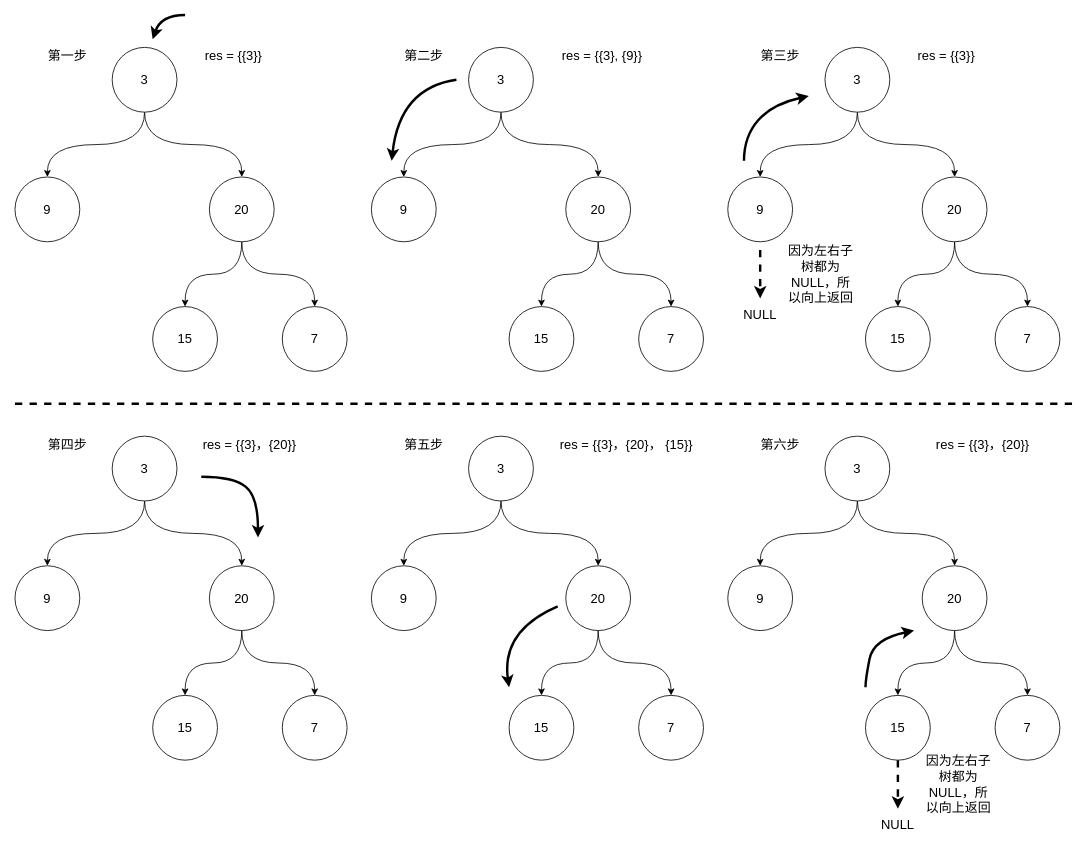
The draw.io diagram leetcode102题目讲解.drawio in codelyc/Hello-World, before the edit. Source tidied: cells renumbered, new cells numbered last; positions are measured from the earlier drawing's top-left corner, leaving out a move shared by most shapes. Both pictures are drawn from the tidied source at 81%, with x=0, y=0 at pixel (15, 15).
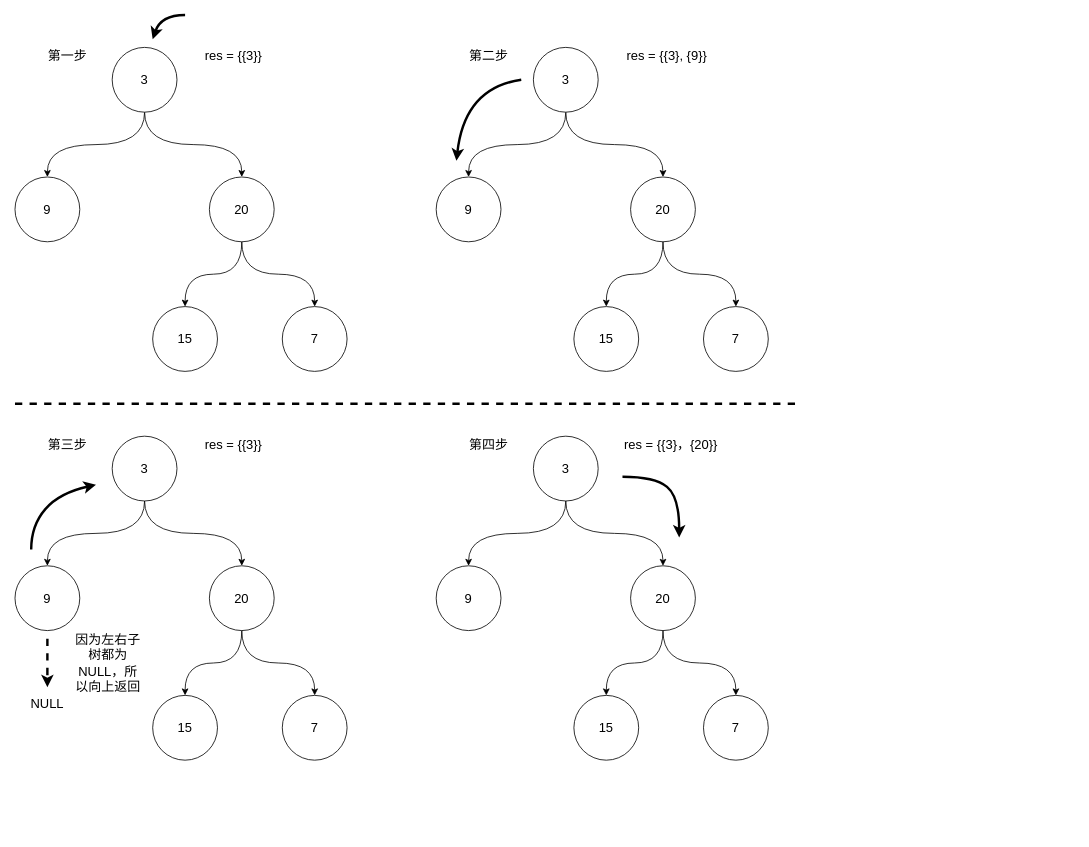
The same diagram, later.

Commit message:
更新leetcode102题目讲解.drawio

What changed in the source:
```diff
@@
     <mxCell id="16" value="&lt;font style=&quot;font-size: 16px&quot;&gt;3&lt;/font&gt;" style="ellipse;whiteSpace=wrap;html=1;" parent="1" vertex="1">
-      <mxGeometry x="560" y="40" width="80" height="80" as="geometry" />
+      <mxGeometry x="640" y="40" width="80" height="80" as="geometry" />
     </mxCell>
     <mxCell id="17" value="&lt;font style=&quot;font-size: 16px&quot;&gt;9&lt;/font&gt;" style="ellipse;whiteSpace=wrap;html=1;" parent="1" vertex="1">
-      <mxGeometry x="440" y="200" width="80" height="80" as="geometry" />
+      <mxGeometry x="520" y="200" width="80" height="80" as="geometry" />
     </mxCell>
@@
     <mxCell id="20" value="&lt;font style=&quot;font-size: 16px&quot;&gt;20&lt;/font&gt;" style="ellipse;whiteSpace=wrap;html=1;" parent="1" vertex="1">
-      <mxGeometry x="680" y="200" width="80" height="80" as="geometry" />
+      <mxGeometry x="760" y="200" width="80" height="80" as="geometry" />
     </mxCell>
     <mxCell id="21" value="&lt;font style=&quot;font-size: 16px&quot;&gt;15&lt;/font&gt;" style="ellipse;whiteSpace=wrap;html=1;" parent="1" vertex="1">
-      <mxGeometry x="610" y="360" width="80" height="80" as="geometry" />
+      <mxGeometry x="690" y="360" width="80" height="80" as="geometry" />
     </mxCell>
     <mxCell id="22" value="&lt;font style=&quot;font-size: 16px&quot;&gt;7&lt;/font&gt;" style="ellipse;whiteSpace=wrap;html=1;" parent="1" vertex="1">
-      <mxGeometry x="770" y="360" width="80" height="80" as="geometry" />
+      <mxGeometry x="850" y="360" width="80" height="80" as="geometry" />
     </mxCell>
     <mxCell id="23" value="&lt;font style=&quot;font-size: 16px&quot;&gt;第二步&lt;/font&gt;" style="text;html=1;strokeColor=none;fillColor=none;align=center;verticalAlign=middle;whiteSpace=wrap;rounded=0;" parent="1" vertex="1">
-      <mxGeometry x="480" y="40" width="50" height="20" as="geometry" />
+      <mxGeometry x="560" y="40" width="50" height="20" as="geometry" />
     </mxCell>
     <mxCell id="24" style="curved=1;endArrow=classic;html=1;strokeWidth=3;" parent="1" edge="1">
       <mxGeometry relative="1" as="geometry">
-        <mxPoint x="545" y="80" as="sourcePoint" />
-        <mxPoint x="465" y="180" as="targetPoint" />
+        <mxPoint x="625" y="80" as="sourcePoint" />
+        <mxPoint x="545" y="180" as="targetPoint" />
         <Array as="points">
-          <mxPoint x="475" y="90" />
+          <mxPoint x="555" y="90" />
         </Array>
       </mxGeometry>
     </mxCell>
     <mxCell id="25" value="&lt;font style=&quot;font-size: 16px&quot;&gt;res = {{3}, {9}}&lt;/font&gt;" style="text;html=1;strokeColor=none;fillColor=none;align=center;verticalAlign=middle;whiteSpace=wrap;rounded=0;" parent="1" vertex="1">
-      <mxGeometry x="670" y="40" width="110" height="20" as="geometry" />
+      <mxGeometry x="750" y="40" width="110" height="20" as="geometry" />
     </mxCell>
     <mxCell id="26" style="endArrow=none;dashed=1;html=1;strokeWidth=3;" parent="1" edge="1">
       <mxGeometry relative="1" as="geometry">
         <mxPoint y="480" as="sourcePoint" />
-        <mxPoint x="1306.7" y="480" as="targetPoint" />
+        <mxPoint x="970" y="480" as="targetPoint" />
       </mxGeometry>
     </mxCell>
@@
     <mxCell id="29" value="&lt;font style=&quot;font-size: 16px&quot;&gt;3&lt;/font&gt;" style="ellipse;whiteSpace=wrap;html=1;" parent="1" vertex="1">
-      <mxGeometry x="120" y="520" width="80" height="80" as="geometry" />
+      <mxGeometry x="640" y="520" width="80" height="80" as="geometry" />
     </mxCell>
     <mxCell id="30" value="&lt;font style=&quot;font-size: 16px&quot;&gt;9&lt;/font&gt;" style="ellipse;whiteSpace=wrap;html=1;" parent="1" vertex="1">
-      <mxGeometry y="680" width="80" height="80" as="geometry" />
+      <mxGeometry x="520" y="680" width="80" height="80" as="geometry" />
     </mxCell>
@@
     <mxCell id="33" value="&lt;font style=&quot;font-size: 16px&quot;&gt;20&lt;/font&gt;" style="ellipse;whiteSpace=wrap;html=1;" parent="1" vertex="1">
-      <mxGeometry x="240" y="680" width="80" height="80" as="geometry" />
+      <mxGeometry x="760" y="680" width="80" height="80" as="geometry" />
     </mxCell>
     <mxCell id="34" value="&lt;font style=&quot;font-size: 16px&quot;&gt;15&lt;/font&gt;" style="ellipse;whiteSpace=wrap;html=1;" parent="1" vertex="1">
-      <mxGeometry x="170" y="840" width="80" height="80" as="geometry" />
+      <mxGeometry x="690" y="840" width="80" height="80" as="geometry" />
     </mxCell>
     <mxCell id="35" value="&lt;font style=&quot;font-size: 16px&quot;&gt;7&lt;/font&gt;" style="ellipse;whiteSpace=wrap;html=1;" parent="1" vertex="1">
-      <mxGeometry x="330" y="840" width="80" height="80" as="geometry" />
+      <mxGeometry x="850" y="840" width="80" height="80" as="geometry" />
     </mxCell>
     <mxCell id="36" value="&lt;font style=&quot;font-size: 16px&quot;&gt;第四步&lt;/font&gt;" style="text;html=1;strokeColor=none;fillColor=none;align=center;verticalAlign=middle;whiteSpace=wrap;rounded=0;" parent="1" vertex="1">
-      <mxGeometry x="40" y="520" width="50" height="20" as="geometry" />
+      <mxGeometry x="560" y="520" width="50" height="20" as="geometry" />
     </mxCell>
     <mxCell id="37" style="curved=1;endArrow=classic;html=1;strokeWidth=3;" parent="1" edge="1">
       <mxGeometry relative="1" as="geometry">
-        <mxPoint x="230" y="570" as="sourcePoint" />
-        <mxPoint x="300" y="645" as="targetPoint" />
+        <mxPoint x="750" y="570" as="sourcePoint" />
+        <mxPoint x="820" y="645" as="targetPoint" />
         <Array as="points">
-          <mxPoint x="270" y="570" />
-          <mxPoint x="300" y="595" />
+          <mxPoint x="790" y="570" />
+          <mxPoint x="820" y="595" />
         </Array>
       </mxGeometry>
     </mxCell>
     <mxCell id="38" value="&lt;font style=&quot;font-size: 16px&quot;&gt;res = {{3}，{20}}&lt;/font&gt;" style="text;html=1;strokeColor=none;fillColor=none;align=center;verticalAlign=middle;whiteSpace=wrap;rounded=0;" parent="1" vertex="1">
-      <mxGeometry x="230" y="520" width="120" height="20" as="geometry" />
+      <mxGeometry x="750" y="520" width="120" height="20" as="geometry" />
     </mxCell>
@@
     <mxCell id="41" value="&lt;font style=&quot;font-size: 16px&quot;&gt;3&lt;/font&gt;" style="ellipse;whiteSpace=wrap;html=1;" parent="1" vertex="1">
-      <mxGeometry x="1000" y="40" width="80" height="80" as="geometry" />
+      <mxGeometry x="120" y="520" width="80" height="80" as="geometry" />
     </mxCell>
     <mxCell id="42" value="&lt;font style=&quot;font-size: 16px&quot;&gt;9&lt;/font&gt;" style="ellipse;whiteSpace=wrap;html=1;" parent="1" vertex="1">
-      <mxGeometry x="880" y="200" width="80" height="80" as="geometry" />
+      <mxGeometry y="680" width="80" height="80" as="geometry" />
     </mxCell>
@@
     <mxCell id="45" value="&lt;font style=&quot;font-size: 16px&quot;&gt;20&lt;/font&gt;" style="ellipse;whiteSpace=wrap;html=1;" parent="1" vertex="1">
-      <mxGeometry x="1120" y="200" width="80" height="80" as="geometry" />
+      <mxGeometry x="240" y="680" width="80" height="80" as="geometry" />
     </mxCell>
     <mxCell id="46" value="&lt;font style=&quot;font-size: 16px&quot;&gt;15&lt;/font&gt;" style="ellipse;whiteSpace=wrap;html=1;" parent="1" vertex="1">
-      <mxGeometry x="1050" y="360" width="80" height="80" as="geometry" />
+      <mxGeometry x="170" y="840" width="80" height="80" as="geometry" />
     </mxCell>
     <mxCell id="47" value="&lt;font style=&quot;font-size: 16px&quot;&gt;7&lt;/font&gt;" style="ellipse;whiteSpace=wrap;html=1;" parent="1" vertex="1">
-      <mxGeometry x="1210" y="360" width="80" height="80" as="geometry" />
+      <mxGeometry x="330" y="840" width="80" height="80" as="geometry" />
     </mxCell>
     <mxCell id="48" value="&lt;font style=&quot;font-size: 16px&quot;&gt;第三步&lt;/font&gt;" style="text;html=1;strokeColor=none;fillColor=none;align=center;verticalAlign=middle;whiteSpace=wrap;rounded=0;" parent="1" vertex="1">
-      <mxGeometry x="920" y="40" width="50" height="20" as="geometry" />
+      <mxGeometry x="40" y="520" width="50" height="20" as="geometry" />
     </mxCell>
     <mxCell id="49" style="curved=1;endArrow=classic;html=1;strokeWidth=3;" parent="1" edge="1">
       <mxGeometry relative="1" as="geometry">
-        <mxPoint x="900" y="180" as="sourcePoint" />
-        <mxPoint x="980" y="100" as="targetPoint" />
+        <mxPoint x="20" y="660" as="sourcePoint" />
+        <mxPoint x="100" y="580" as="targetPoint" />
         <Array as="points">
-          <mxPoint x="900" y="150" />
-          <mxPoint x="935" y="110" />
+          <mxPoint x="20" y="630" />
+          <mxPoint x="55" y="590" />
         </Array>
       </mxGeometry>
     </mxCell>
     <mxCell id="50" value="&lt;font style=&quot;font-size: 16px&quot;&gt;res = {{3}}&lt;/font&gt;" style="text;html=1;strokeColor=none;fillColor=none;align=center;verticalAlign=middle;whiteSpace=wrap;rounded=0;" parent="1" vertex="1">
-      <mxGeometry x="1110" y="40" width="80" height="20" as="geometry" />
+      <mxGeometry x="230" y="520" width="80" height="20" as="geometry" />
     </mxCell>
     <mxCell id="51" style="endArrow=classic;html=1;strokeWidth=3;dashed=1;" parent="1" edge="1">
       <mxGeometry relative="1" as="geometry">
-        <mxPoint x="920" y="290" as="sourcePoint" />
-        <mxPoint x="920" y="350" as="targetPoint" />
+        <mxPoint x="40" y="770" as="sourcePoint" />
+        <mxPoint x="40" y="830" as="targetPoint" />
       </mxGeometry>
     </mxCell>
     <mxCell id="52" value="&lt;font style=&quot;font-size: 16px&quot;&gt;NULL&lt;/font&gt;" style="text;html=1;strokeColor=none;fillColor=none;align=center;verticalAlign=middle;whiteSpace=wrap;rounded=0;" parent="1" vertex="1">
-      <mxGeometry x="900" y="360" width="40" height="20" as="geometry" />
+      <mxGeometry x="20" y="840" width="40" height="20" as="geometry" />
     </mxCell>
     <mxCell id="53" value="&lt;font style=&quot;font-size: 16px&quot;&gt;因为左右子树都为NULL，所以向上返回&lt;/font&gt;" style="text;html=1;strokeColor=none;fillColor=none;align=center;verticalAlign=middle;whiteSpace=wrap;rounded=0;" parent="1" vertex="1">
-      <mxGeometry x="950" y="310" width="90" height="20" as="geometry" />
+      <mxGeometry x="70" y="790" width="90" height="20" as="geometry" />
     </mxCell>
-    <mxCell id="54" style="edgeStyle=orthogonalEdgeStyle;curved=1;rounded=0;jettySize=auto;html=1;exitX=0.5;exitY=1;exitDx=0;exitDy=0;" parent="1" edge="1" source="56" target="57">
-      <mxGeometry relative="1" as="geometry" />
-    </mxCell>
-    <mxCell id="55" style="edgeStyle=orthogonalEdgeStyle;curved=1;rounded=0;jettySize=auto;html=1;exitX=0.5;exitY=1;exitDx=0;exitDy=0;entryX=0.5;entryY=0;entryDx=0;entryDy=0;" parent="1" edge="1" source="56" target="60">
-      <mxGeometry relative="1" as="geometry" />
-    </mxCell>
-    <mxCell id="56" value="&lt;font style=&quot;font-size: 16px&quot;&gt;3&lt;/font&gt;" style="ellipse;whiteSpace=wrap;html=1;" parent="1" vertex="1">
-      <mxGeometry x="560" y="520" width="80" height="80" as="geometry" />
-    </mxCell>
-    <mxCell id="57" value="&lt;font style=&quot;font-size: 16px&quot;&gt;9&lt;/font&gt;" style="ellipse;whiteSpace=wrap;html=1;" parent="1" vertex="1">
-      <mxGeometry x="440" y="680" width="80" height="80" as="geometry" />
-    </mxCell>
-    <mxCell id="58" style="edgeStyle=orthogonalEdgeStyle;curved=1;rounded=0;jettySize=auto;html=1;exitX=0.5;exitY=1;exitDx=0;exitDy=0;entryX=0.5;entryY=0;entryDx=0;entryDy=0;" parent="1" edge="1" source="60" target="61">
-      <mxGeometry relative="1" as="geometry" />
-    </mxCell>
-    <mxCell id="59" style="edgeStyle=orthogonalEdgeStyle;curved=1;rounded=0;jettySize=auto;html=1;exitX=0.5;exitY=1;exitDx=0;exitDy=0;entryX=0.5;entryY=0;entryDx=0;entryDy=0;" parent="1" edge="1" source="60" target="62">
-      <mxGeometry relative="1" as="geometry" />
-    </mxCell>
-    <mxCell id="60" value="&lt;font style=&quot;font-size: 16px&quot;&gt;20&lt;/font&gt;" style="ellipse;whiteSpace=wrap;html=1;" parent="1" vertex="1">
-      <mxGeometry x="680" y="680" width="80" height="80" as="geometry" />
-    </mxCell>
-    <mxCell id="61" value="&lt;font style=&quot;font-size: 16px&quot;&gt;15&lt;/font&gt;" style="ellipse;whiteSpace=wrap;html=1;" parent="1" vertex="1">
-      <mxGeometry x="610" y="840" width="80" height="80" as="geometry" />
-    </mxCell>
-    <mxCell id="62" value="&lt;font style=&quot;font-size: 16px&quot;&gt;7&lt;/font&gt;" style="ellipse;whiteSpace=wrap;html=1;" parent="1" vertex="1">
-      <mxGeometry x="770" y="840" width="80" height="80" as="geometry" />
-    </mxCell>
-    <mxCell id="63" value="&lt;font style=&quot;font-size: 16px&quot;&gt;第五步&lt;/font&gt;" style="text;html=1;strokeColor=none;fillColor=none;align=center;verticalAlign=middle;whiteSpace=wrap;rounded=0;" parent="1" vertex="1">
-      <mxGeometry x="480" y="520" width="50" height="20" as="geometry" />
-    </mxCell>
-    <mxCell id="64" value="&lt;font style=&quot;font-size: 16px&quot;&gt;res = {{3}，{20}， {15}}&lt;/font&gt;" style="text;html=1;strokeColor=none;fillColor=none;align=center;verticalAlign=middle;whiteSpace=wrap;rounded=0;" parent="1" vertex="1">
-      <mxGeometry x="670" y="520" width="170" height="20" as="geometry" />
-    </mxCell>
-    <mxCell id="65" style="curved=1;endArrow=classic;html=1;strokeWidth=3;" parent="1" edge="1">
-      <mxGeometry relative="1" as="geometry">
-        <mxPoint x="670" y="730" as="sourcePoint" />
-        <mxPoint x="610" y="830" as="targetPoint" />
-        <Array as="points">
-          <mxPoint x="600" y="760" />
-        </Array>
-      </mxGeometry>
-    </mxCell>
-    <mxCell id="66" style="edgeStyle=orthogonalEdgeStyle;curved=1;rounded=0;jettySize=auto;html=1;exitX=0.5;exitY=1;exitDx=0;exitDy=0;" parent="1" edge="1" source="68" target="69">
-      <mxGeometry relative="1" as="geometry" />
-    </mxCell>
-    <mxCell id="67" style="edgeStyle=orthogonalEdgeStyle;curved=1;rounded=0;jettySize=auto;html=1;exitX=0.5;exitY=1;exitDx=0;exitDy=0;entryX=0.5;entryY=0;entryDx=0;entryDy=0;" parent="1" edge="1" source="68" target="72">
-      <mxGeometry relative="1" as="geometry" />
-    </mxCell>
-    <mxCell id="68" value="&lt;font style=&quot;font-size: 16px&quot;&gt;3&lt;/font&gt;" style="ellipse;whiteSpace=wrap;html=1;" parent="1" vertex="1">
-      <mxGeometry x="1000" y="520" width="80" height="80" as="geometry" />
-    </mxCell>
-    <mxCell id="69" value="&lt;font style=&quot;font-size: 16px&quot;&gt;9&lt;/font&gt;" style="ellipse;whiteSpace=wrap;html=1;" parent="1" vertex="1">
-      <mxGeometry x="880" y="680" width="80" height="80" as="geometry" />
-    </mxCell>
-    <mxCell id="70" style="edgeStyle=orthogonalEdgeStyle;curved=1;rounded=0;jettySize=auto;html=1;exitX=0.5;exitY=1;exitDx=0;exitDy=0;entryX=0.5;entryY=0;entryDx=0;entryDy=0;" parent="1" edge="1" source="72" target="73">
-      <mxGeometry relative="1" as="geometry" />
-    </mxCell>
-    <mxCell id="71" style="edgeStyle=orthogonalEdgeStyle;curved=1;rounded=0;jettySize=auto;html=1;exitX=0.5;exitY=1;exitDx=0;exitDy=0;entryX=0.5;entryY=0;entryDx=0;entryDy=0;" parent="1" edge="1" source="72" target="74">
-      <mxGeometry relative="1" as="geometry" />
-    </mxCell>
-    <mxCell id="72" value="&lt;font style=&quot;font-size: 16px&quot;&gt;20&lt;/font&gt;" style="ellipse;whiteSpace=wrap;html=1;" parent="1" vertex="1">
-      <mxGeometry x="1120" y="680" width="80" height="80" as="geometry" />
-    </mxCell>
-    <mxCell id="73" value="&lt;font style=&quot;font-size: 16px&quot;&gt;15&lt;/font&gt;" style="ellipse;whiteSpace=wrap;html=1;" parent="1" vertex="1">
-      <mxGeometry x="1050" y="840" width="80" height="80" as="geometry" />
-    </mxCell>
-    <mxCell id="74" value="&lt;font style=&quot;font-size: 16px&quot;&gt;7&lt;/font&gt;" style="ellipse;whiteSpace=wrap;html=1;" parent="1" vertex="1">
-      <mxGeometry x="1210" y="840" width="80" height="80" as="geometry" />
-    </mxCell>
-    <mxCell id="75" value="&lt;font style=&quot;font-size: 16px&quot;&gt;第六步&lt;/font&gt;" style="text;html=1;strokeColor=none;fillColor=none;align=center;verticalAlign=middle;whiteSpace=wrap;rounded=0;" parent="1" vertex="1">
-      <mxGeometry x="920" y="520" width="50" height="20" as="geometry" />
-    </mxCell>
-    <mxCell id="76" value="&lt;font style=&quot;font-size: 16px&quot;&gt;res = {{3}，{20}}&lt;/font&gt;" style="text;html=1;strokeColor=none;fillColor=none;align=center;verticalAlign=middle;whiteSpace=wrap;rounded=0;" parent="1" vertex="1">
-      <mxGeometry x="1110" y="520" width="170" height="20" as="geometry" />
-    </mxCell>
-    <mxCell id="77" style="endArrow=classic;html=1;strokeWidth=3;dashed=1;" parent="1" edge="1">
-      <mxGeometry relative="1" as="geometry">
-        <mxPoint x="1090" y="920" as="sourcePoint" />
-        <mxPoint x="1090" y="980" as="targetPoint" />
-      </mxGeometry>
-    </mxCell>
-    <mxCell id="78" value="&lt;font style=&quot;font-size: 16px&quot;&gt;NULL&lt;/font&gt;" style="text;html=1;strokeColor=none;fillColor=none;align=center;verticalAlign=middle;whiteSpace=wrap;rounded=0;" parent="1" vertex="1">
-      <mxGeometry x="1070" y="990" width="40" height="20" as="geometry" />
-    </mxCell>
-    <mxCell id="79" value="&lt;font style=&quot;font-size: 16px&quot;&gt;因为左右子树都为NULL，所以向上返回&lt;/font&gt;" style="text;html=1;strokeColor=none;fillColor=none;align=center;verticalAlign=middle;whiteSpace=wrap;rounded=0;" parent="1" vertex="1">
-      <mxGeometry x="1120" y="940" width="90" height="20" as="geometry" />
-    </mxCell>
-    <mxCell id="80" style="curved=1;endArrow=classic;html=1;strokeWidth=3;" parent="1" edge="1">
-      <mxGeometry relative="1" as="geometry">
-        <mxPoint x="1050" y="830" as="sourcePoint" />
-        <mxPoint x="1110" y="760" as="targetPoint" />
-        <Array as="points">
-          <mxPoint x="1050" y="820" />
-          <mxPoint x="1060" y="770" />
-        </Array>
-      </mxGeometry>
-    </mxCell>
```
